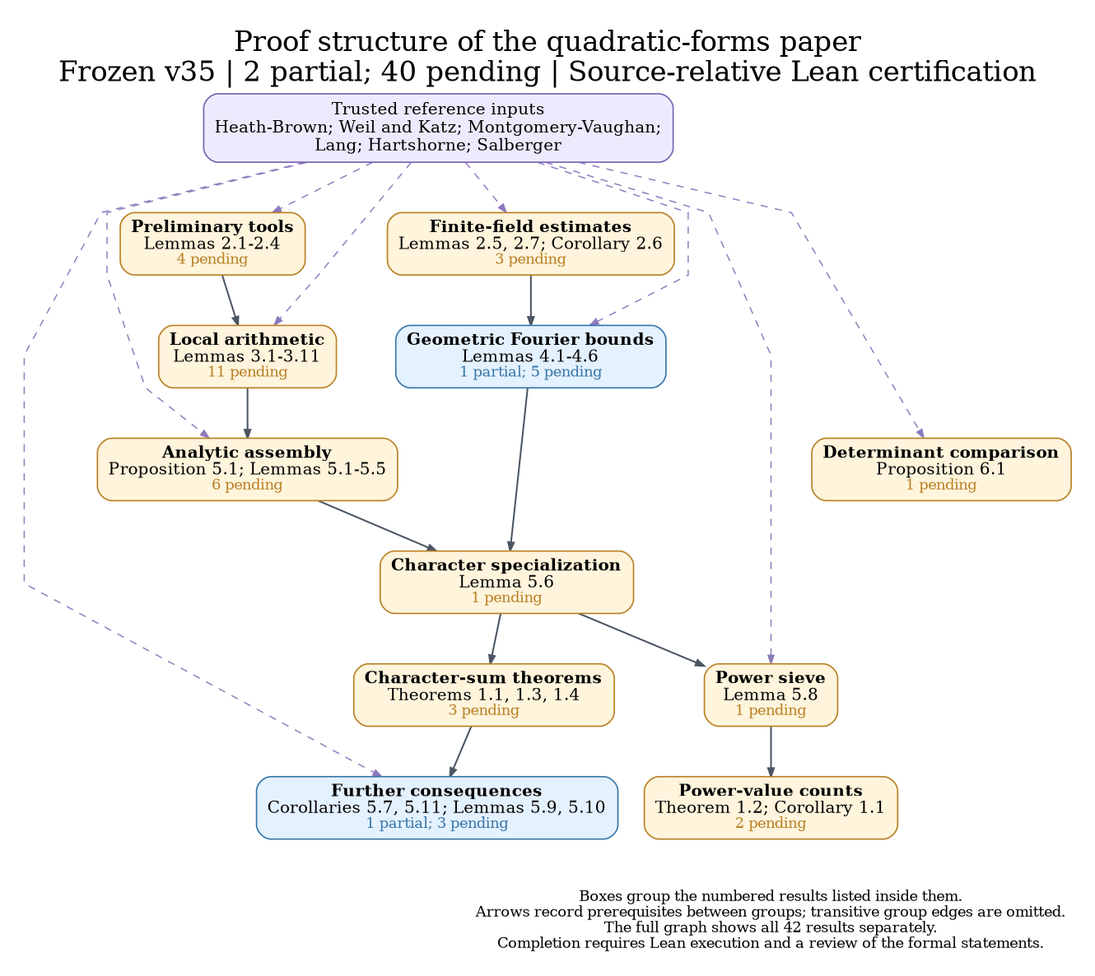
The Graphviz diagram docs/dependency_overview.png in nicolasrobles/quaternary-quadratic-forms, before a commit. Its source is kept beside it as docs/dependency_overview.dot.
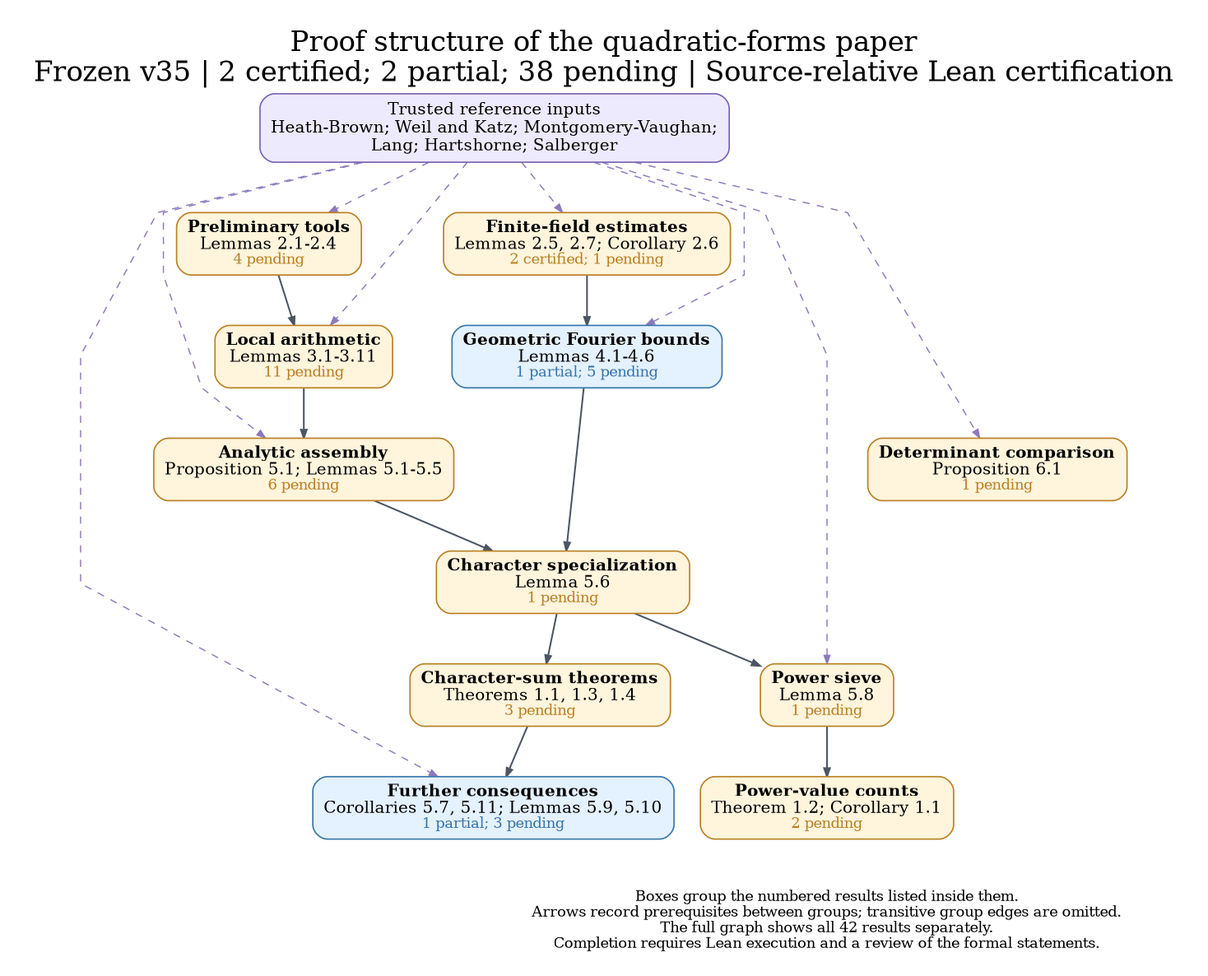
The same diagram one commit later.

What changed in the source:
```diff
@@ -1,14 +1,14 @@
 digraph Overview {
 graph [rankdir=TB, newrank=true, compound=true, outputorder=edgesfirst,
   bgcolor="white", fontname="DejaVu Serif", fontsize=23, labelloc=t,
-  label="Proof structure of the quadratic-forms paper\nFrozen v35 | 2 partial; 40 pending | Source-relative Lean certification",
+  label="Proof structure of the quadratic-forms paper\nFrozen v35 | 2 certified; 2 partial; 38 pending | Source-relative Lean certification",
   nodesep=0.30, ranksep=0.58, pad=0.28, splines=polyline];
 node [shape=box, style="rounded,filled", fillcolor="#fff4dc", color="#b88023",
   fontname="DejaVu Serif", fontsize=14, penwidth=1.15, margin="0.12,0.09"];
 edge [color="#4b5563", arrowsize=0.70, penwidth=1.05];
 sources [label="Trusted reference inputs\nHeath-Brown; Weil and Katz; Montgomery-Vaughan;\nLang; Hartshorne; Salberger", fillcolor="#eeeafd", color="#7762b4", fontsize=14];
 "prelim" [label=<<B>Preliminary tools</B><BR/>Lemmas 2.1-2.4<BR/><FONT POINT-SIZE="12" COLOR="#b88023">4 pending</FONT>>, fillcolor="#fff4dc", color="#b88023", URL="https://github.com/nicolasrobles/quaternary-quadratic-forms/blob/main/INVENTORY.md", target="_blank"];
-"finite" [label=<<B>Finite-field estimates</B><BR/>Lemmas 2.5, 2.7; Corollary 2.6<BR/><FONT POINT-SIZE="12" COLOR="#b88023">3 pending</FONT>>, fillcolor="#fff4dc", color="#b88023", URL="https://github.com/nicolasrobles/quaternary-quadratic-forms/blob/main/INVENTORY.md", target="_blank"];
+"finite" [label=<<B>Finite-field estimates</B><BR/>Lemmas 2.5, 2.7; Corollary 2.6<BR/><FONT POINT-SIZE="12" COLOR="#b88023">2 certified; 1 pending</FONT>>, fillcolor="#fff4dc", color="#b88023", URL="https://github.com/nicolasrobles/quaternary-quadratic-forms/blob/main/INVENTORY.md", target="_blank"];
 "local" [label=<<B>Local arithmetic</B><BR/>Lemmas 3.1-3.11<BR/><FONT POINT-SIZE="12" COLOR="#b88023">11 pending</FONT>>, fillcolor="#fff4dc", color="#b88023", URL="https://github.com/nicolasrobles/quaternary-quadratic-forms/blob/main/INVENTORY.md", target="_blank"];
 "fourier" [label=<<B>Geometric Fourier bounds</B><BR/>Lemmas 4.1-4.6<BR/><FONT POINT-SIZE="12" COLOR="#3676aa">1 partial; 5 pending</FONT>>, fillcolor="#e4f1ff", color="#3676aa", URL="https://github.com/nicolasrobles/quaternary-quadratic-forms/blob/main/INVENTORY.md", target="_blank"];
 "analytic" [label=<<B>Analytic assembly</B><BR/>Proposition 5.1; Lemmas 5.1-5.5<BR/><FONT POINT-SIZE="12" COLOR="#b88023">6 pending</FONT>>, fillcolor="#fff4dc", color="#b88023", URL="https://github.com/nicolasrobles/quaternary-quadratic-forms/blob/main/INVENTORY.md", target="_blank"];
```
